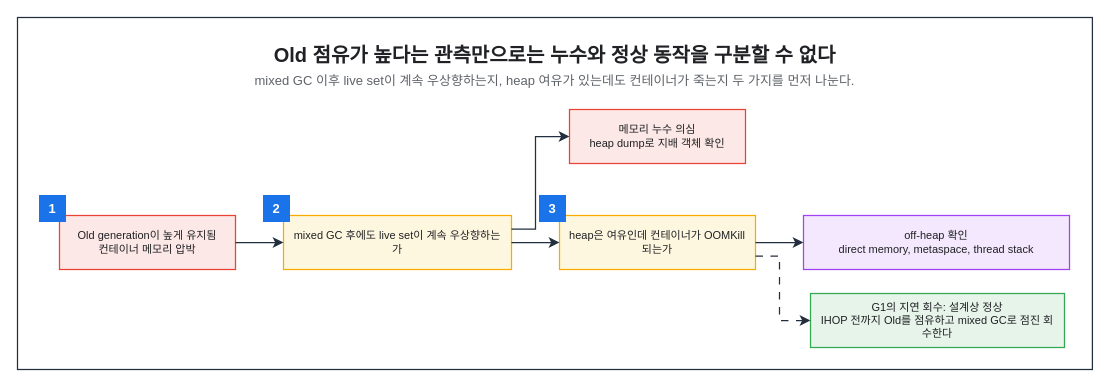
This is assets/img/jvm/jvm-11-capstone-diagnosis.drawio from KKamJi98/kkamji98.github.io, a draw.io file, before an edit. Source tidied: cells renumbered, new cells numbered last; positions are measured from the earlier drawing's top-left corner, leaving out a move shared by most shapes. Both pictures are drawn from the tidied source at 100%, with x=0, y=0 at pixel (17, 17).
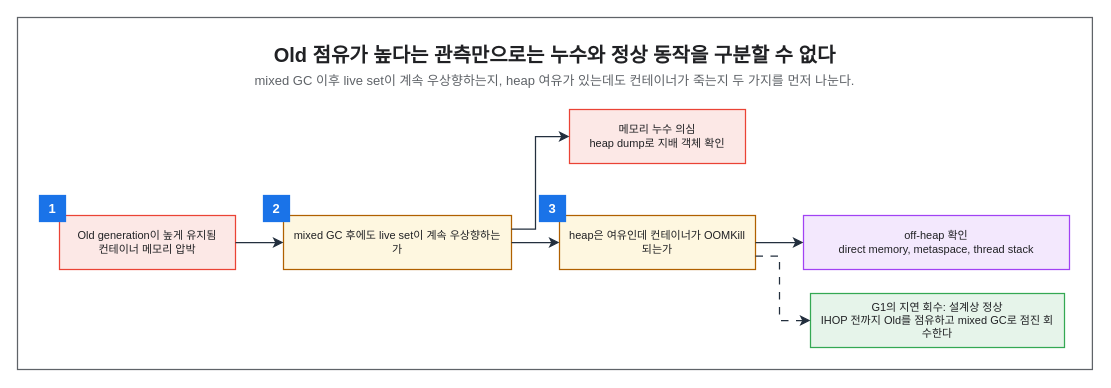
The same diagram, later.

What changed in the source:
```diff
@@
-    <mxCell id="2" style="rounded=0;html=0;fillColor=none;strokeColor=#232F3E;fontColor=#202124;strokeWidth=1.25;" parent="1" vertex="1">
+    <mxCell id="2" style="rounded=0;html=0;fillColor=none;strokeColor=#5F6368;fontColor=#202124;strokeWidth=1.25;" parent="1" vertex="1">
       <mxGeometry width="1074.9" height="352" as="geometry" />
     </mxCell>
@@
-    <mxCell id="6" value="mixed GC 후에도 live set이 계속 우상향하는가" style="rounded=0;whiteSpace=wrap;html=0;fillColor=#FEF7E0;strokeColor=#F9AB00;fontColor=#202124;fontSize=11;fontStyle=0;align=center;verticalAlign=middle;spacingLeft=6;spacingRight=6;strokeWidth=1.25;" parent="1" vertex="1">
+    <mxCell id="6" value="mixed GC 후에도 live set이 계속 우상향하는가" style="rounded=0;whiteSpace=wrap;html=0;fillColor=#FEF7E0;strokeColor=#B06000;fontColor=#202124;fontSize=11;fontStyle=0;align=center;verticalAlign=middle;spacingLeft=6;spacingRight=6;strokeWidth=1.25;" parent="1" vertex="1">
       <mxGeometry x="266" y="198" width="228" height="54" as="geometry" />
     </mxCell>
@@
-    <mxCell id="8" value="heap은 여유인데 컨테이너가 OOMKill되는가" style="rounded=0;whiteSpace=wrap;html=0;fillColor=#FEF7E0;strokeColor=#F9AB00;fontColor=#202124;fontSize=11;fontStyle=0;align=center;verticalAlign=middle;spacingLeft=6;spacingRight=6;strokeWidth=1.25;" parent="1" vertex="1">
+    <mxCell id="8" value="heap은 여유인데 컨테이너가 OOMKill되는가" style="rounded=0;whiteSpace=wrap;html=0;fillColor=#FEF7E0;strokeColor=#B06000;fontColor=#202124;fontSize=11;fontStyle=0;align=center;verticalAlign=middle;spacingLeft=6;spacingRight=6;strokeWidth=1.25;" parent="1" vertex="1">
       <mxGeometry x="542" y="198" width="196" height="54" as="geometry" />
     </mxCell>
@@
-    <mxCell id="11" value="1" style="rounded=0;whiteSpace=wrap;html=0;fillColor=#1A73E8;strokeColor=#1A73E8;fontColor=#FFFFFF;fontSize=13;fontStyle=1;align=center;verticalAlign=middle;" parent="1" vertex="1">
+    <mxCell id="11" value="1" style="rounded=0;whiteSpace=wrap;html=0;fillColor=#1A73E8;strokeColor=#1A73E8;fontColor=#FFFFFF;fontSize=13;fontStyle=1;align=center;verticalAlign=middle;strokeWidth=1.25;" parent="1" vertex="1">
       <mxGeometry x="22" y="178" width="26" height="26" as="geometry" />
     </mxCell>
-    <mxCell id="12" value="2" style="rounded=0;whiteSpace=wrap;html=0;fillColor=#1A73E8;strokeColor=#1A73E8;fontColor=#FFFFFF;fontSize=13;fontStyle=1;align=center;verticalAlign=middle;" parent="1" vertex="1">
+    <mxCell id="12" value="2" style="rounded=0;whiteSpace=wrap;html=0;fillColor=#1A73E8;strokeColor=#1A73E8;fontColor=#FFFFFF;fontSize=13;fontStyle=1;align=center;verticalAlign=middle;strokeWidth=1.25;" parent="1" vertex="1">
       <mxGeometry x="246" y="178" width="26" height="26" as="geometry" />
     </mxCell>
-    <mxCell id="13" value="3" style="rounded=0;whiteSpace=wrap;html=0;fillColor=#1A73E8;strokeColor=#1A73E8;fontColor=#FFFFFF;fontSize=13;fontStyle=1;align=center;verticalAlign=middle;" parent="1" vertex="1">
+    <mxCell id="13" value="3" style="rounded=0;whiteSpace=wrap;html=0;fillColor=#1A73E8;strokeColor=#1A73E8;fontColor=#FFFFFF;fontSize=13;fontStyle=1;align=center;verticalAlign=middle;strokeWidth=1.25;" parent="1" vertex="1">
       <mxGeometry x="522" y="178" width="26" height="26" as="geometry" />
     </mxCell>
```
